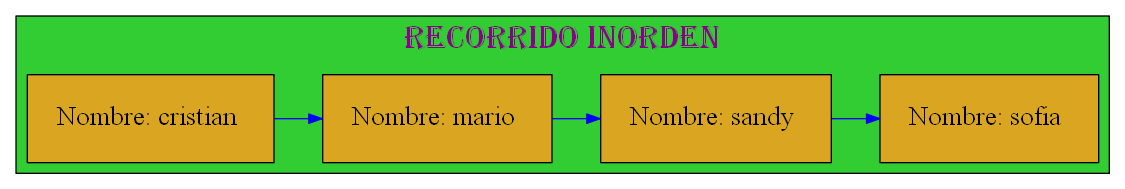
Earlier version of the Graphviz export Graficas/Recorrido_Inorden.dot.png (mariotun/EDD_1S2020_PY1_201602942). Its source is kept beside it as Graficas/Recorrido_Inorden.dot.
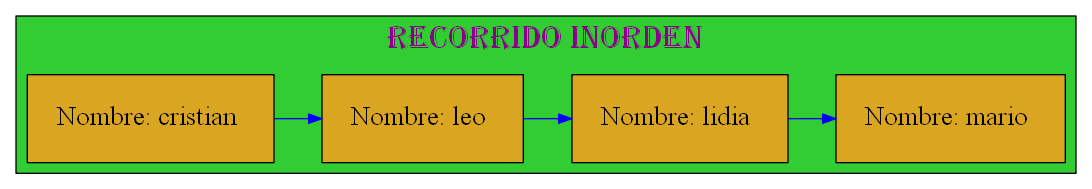
After the commit.

Diff of the diagram source:
```diff
@@ -13,12 +13,12 @@
 node[margin=0.3 shape=box style=filled fontcolor=black fillcolor=goldenrod fontsize=20];
 {rank=same;
 
-25770475984[label="Nombre: cristian " ];
-25770475776[label="Nombre: mario " ];
-25770476192[label="Nombre: sandy " ];
-25770476384[label="Nombre: sofia " ];
+25770483472[label="Nombre: cristian " ];
+25770483872[label="Nombre: leo " ];
+25770484528[label="Nombre: lidia " ];
+25770483616[label="Nombre: mario " ];
 };
-25770475984 -> 25770475776 -> 25770476192 -> 25770476384
+25770483472 -> 25770483872 -> 25770484528 -> 25770483616
 
 [color=blue ];
 }
```
